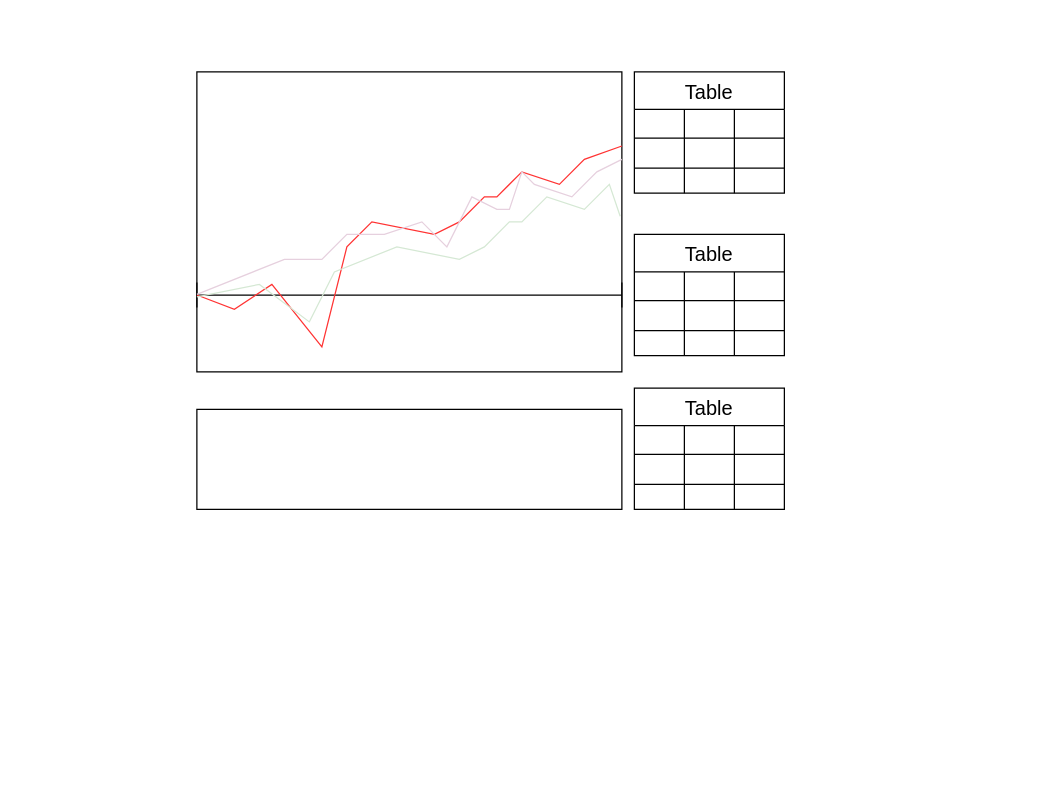
The draw.io diagram Portfolio Strategy.drawio in liye20000/Portfolio-Strategy, before the edit. Source tidied: cells renumbered, new cells numbered last; positions are measured from the earlier drawing's top-left corner, leaving out a move shared by most shapes. Both pictures are drawn from the tidied source at 125%, with x=0, y=0 at pixel (196, 71).
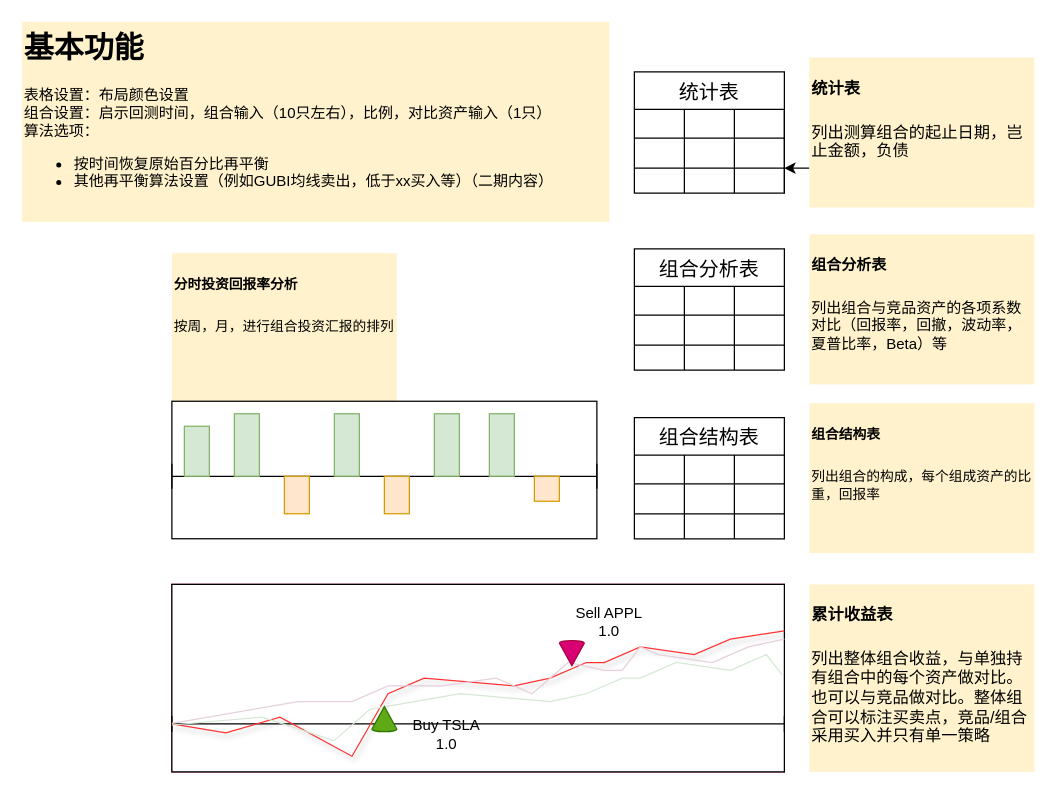
The same diagram, later.

Unchanged cells that the change refers to:
```xml
<mxCell id="11" style="shape=tableRow;horizontal=0;startSize=0;swimlaneHead=0;swimlaneBody=0;strokeColor=inherit;top=0;left=0;bottom=0;right=0;fillColor=none;fontSize=16;" parent="2" vertex="1">
  <mxGeometry y="77" width="120" height="20" as="geometry" />
</mxCell>
```

Diff of the diagram source:
```diff
@@
-    <mxCell id="2" value="Table" style="shape=table;startSize=30;childLayout=tableLayout;strokeColor=default;fontSize=16;" parent="1" vertex="1">
+    <mxCell id="2" value="统计表" style="shape=table;startSize=30;childLayout=tableLayout;strokeColor=default;fontSize=16;" parent="1" vertex="1">
       <mxGeometry x="350" width="120" height="97" as="geometry" />
     </mxCell>
@@
+    <mxCell id="47" style="shape=singleArrow;whiteSpace=wrap;html=1;arrowWidth=0.4;arrowSize=0.4;" parent="11" vertex="1">
+      <mxGeometry x="120" height="20" as="geometry" />
+    </mxCell>
-    <mxCell id="15" value="Table" style="shape=table;startSize=30;childLayout=tableLayout;strokeColor=default;fontSize=16;" parent="1" vertex="1">
-      <mxGeometry x="350" y="253" width="120" height="97" as="geometry" />
+    <mxCell id="15" value="组合结构表" style="shape=table;startSize=30;childLayout=tableLayout;strokeColor=default;fontSize=16;" parent="1" vertex="1">
+      <mxGeometry x="350" y="276.5" width="120" height="97" as="geometry" />
     </mxCell>
@@
-    <mxCell id="28" value="Table" style="shape=table;startSize=30;childLayout=tableLayout;strokeColor=default;fontSize=16;" parent="1" vertex="1">
-      <mxGeometry x="350" y="130" width="120" height="97" as="geometry" />
+    <mxCell id="28" value="组合分析表" style="shape=table;startSize=30;childLayout=tableLayout;strokeColor=default;fontSize=16;" parent="1" vertex="1">
+      <mxGeometry x="350" y="141.5" width="120" height="97" as="geometry" />
     </mxCell>
@@
+    <mxCell id="48" style="edgeStyle=orthogonalEdgeStyle;rounded=0;jettySize=auto;html=1;" parent="1" edge="1" source="49" target="47">
+      <mxGeometry relative="1" as="geometry" />
+    </mxCell>
+    <mxCell id="49" value="&lt;h1 style=&quot;margin-top: 0px;&quot;&gt;&lt;font style=&quot;font-size: 13px;&quot;&gt;统计表&lt;/font&gt;&lt;/h1&gt;&lt;div&gt;&lt;font style=&quot;font-size: 13px;&quot;&gt;列出测算组合的起止日期，岂止金额，负债&lt;/font&gt;&lt;/div&gt;" style="text;html=1;whiteSpace=wrap;overflow=hidden;rounded=0;fillColor=#fff2cc;strokeColor=none;" parent="1" vertex="1">
+      <mxGeometry x="490" y="-11.5" width="180" height="120" as="geometry" />
+    </mxCell>
+    <mxCell id="50" value="&lt;h1 style=&quot;margin-top: 0px;&quot;&gt;&lt;font style=&quot;font-size: 12px;&quot;&gt;组合分析表&lt;/font&gt;&lt;/h1&gt;&lt;div&gt;&lt;font&gt;列出组合与竞品资产的各项系数对比（回报率，回撤，波动率，夏普比率，Beta）等&lt;/font&gt;&lt;/div&gt;" style="text;html=1;whiteSpace=wrap;overflow=hidden;rounded=0;fillColor=#fff2cc;strokeColor=none;" parent="1" vertex="1">
+      <mxGeometry x="490" y="130" width="180" height="120" as="geometry" />
+    </mxCell>
+    <mxCell id="51" value="&lt;h1 style=&quot;margin-top: 0px;&quot;&gt;&lt;font style=&quot;font-size: 11px;&quot;&gt;组合结构表&lt;/font&gt;&lt;/h1&gt;&lt;div&gt;&lt;font style=&quot;font-size: 11px;&quot;&gt;列出组合的构成，每个组成资产的比重，回报率&lt;/font&gt;&lt;/div&gt;" style="text;html=1;whiteSpace=wrap;overflow=hidden;rounded=0;fillColor=#fff2cc;strokeColor=none;" parent="1" vertex="1">
+      <mxGeometry x="490" y="265" width="180" height="120" as="geometry" />
+    </mxCell>
+    <mxCell id="52" value="&lt;h1 style=&quot;margin-top: 0px;&quot;&gt;&lt;font style=&quot;font-size: 11px;&quot;&gt;分时投资回报率分析&lt;/font&gt;&lt;/h1&gt;&lt;div&gt;&lt;font style=&quot;font-size: 11px;&quot;&gt;按周，月，进行组合投资汇报的排列&lt;/font&gt;&lt;/div&gt;" style="text;html=1;whiteSpace=wrap;overflow=hidden;rounded=0;fillColor=#fff2cc;strokeColor=none;" parent="1" vertex="1">
+      <mxGeometry x="-20" y="145" width="180" height="120" as="geometry" />
+    </mxCell>
+    <mxCell id="53" value="&lt;h1 style=&quot;margin-top: 0px;&quot;&gt;&lt;span style=&quot;font-size: 13px;&quot;&gt;累计收益表&lt;/span&gt;&lt;/h1&gt;&lt;div&gt;&lt;font style=&quot;font-size: 13px;&quot;&gt;列出整体组合收益，与单独持有组合中的每个资产做对比。也可以与竞品做对比。整体组合可以标注买卖点，竞品/组合采用买入并只有单一策略&lt;/font&gt;&lt;/div&gt;&lt;div&gt;&lt;font style=&quot;font-size: 13px;&quot;&gt;&lt;br&gt;&lt;/font&gt;&lt;/div&gt;" style="text;html=1;whiteSpace=wrap;overflow=hidden;rounded=0;fillColor=#fff2cc;strokeColor=none;" parent="1" vertex="1">
+      <mxGeometry x="490" y="410" width="180" height="150" as="geometry" />
+    </mxCell>
+    <mxCell id="54" style="group;" parent="1" vertex="1">
+      <mxGeometry x="-20" y="263.5" width="340" height="110" as="geometry" />
+    </mxCell>
-    <mxCell id="41" style="rounded=0;whiteSpace=wrap;html=1;" parent="1" vertex="1">
-      <mxGeometry y="270" width="340" height="80" as="geometry" />
+    <mxCell id="41" style="rounded=0;whiteSpace=wrap;html=1;" parent="54" vertex="1">
+      <mxGeometry width="340" height="110" as="geometry" />
     </mxCell>
+    <mxCell id="55" style="shape=crossbar;whiteSpace=wrap;html=1;rounded=1;shadow=0;" parent="54" vertex="1">
+      <mxGeometry y="50" width="340" height="20" as="geometry" />
+    </mxCell>
+    <mxCell id="56" style="rounded=0;whiteSpace=wrap;html=1;fillColor=#d5e8d4;strokeColor=#82b366;" parent="54" vertex="1">
+      <mxGeometry x="10" y="20" width="20" height="40" as="geometry" />
+    </mxCell>
+    <mxCell id="57" style="rounded=0;whiteSpace=wrap;html=1;fillColor=#d5e8d4;strokeColor=#82b366;" parent="54" vertex="1">
+      <mxGeometry x="50" y="10" width="20" height="50" as="geometry" />
+    </mxCell>
+    <mxCell id="58" style="rounded=0;whiteSpace=wrap;html=1;fillColor=#ffe6cc;strokeColor=#d79b00;" parent="54" vertex="1">
+      <mxGeometry x="90" y="60" width="20" height="30" as="geometry" />
+    </mxCell>
+    <mxCell id="59" style="rounded=0;whiteSpace=wrap;html=1;fillColor=#d5e8d4;strokeColor=#82b366;" parent="54" vertex="1">
+      <mxGeometry x="130" y="10" width="20" height="50" as="geometry" />
+    </mxCell>
+    <mxCell id="60" style="rounded=0;whiteSpace=wrap;html=1;fillColor=#ffe6cc;strokeColor=#d79b00;" parent="54" vertex="1">
+      <mxGeometry x="170" y="60" width="20" height="30" as="geometry" />
+    </mxCell>
+    <mxCell id="61" style="rounded=0;whiteSpace=wrap;html=1;fillColor=#d5e8d4;strokeColor=#82b366;" parent="54" vertex="1">
+      <mxGeometry x="210" y="10" width="20" height="50" as="geometry" />
+    </mxCell>
+    <mxCell id="62" style="rounded=0;whiteSpace=wrap;html=1;fillColor=#d5e8d4;strokeColor=#82b366;" parent="54" vertex="1">
+      <mxGeometry x="254" y="10" width="20" height="50" as="geometry" />
+    </mxCell>
+    <mxCell id="63" style="rounded=0;whiteSpace=wrap;html=1;fillColor=#ffe6cc;strokeColor=#d79b00;" parent="54" vertex="1">
+      <mxGeometry x="290" y="60" width="20" height="20" as="geometry" />
+    </mxCell>
+    <mxCell id="64" style="group;fillColor=#d80073;fontColor=#ffffff;strokeColor=#A50040;" parent="1" vertex="1">
+      <mxGeometry x="-20" y="410" width="490" height="150" as="geometry" />
+    </mxCell>
-    <mxCell id="42" style="rounded=0;whiteSpace=wrap;html=1;" parent="1" vertex="1">
-      <mxGeometry width="340" height="240" as="geometry" />
+    <mxCell id="42" style="rounded=0;whiteSpace=wrap;html=1;" parent="64" vertex="1">
+      <mxGeometry width="490" height="150" as="geometry" />
     </mxCell>
-    <mxCell id="43" style="shape=crossbar;whiteSpace=wrap;html=1;rounded=1;" parent="1" vertex="1">
-      <mxGeometry y="168.5" width="340" height="20" as="geometry" />
+    <mxCell id="43" style="shape=crossbar;whiteSpace=wrap;html=1;rounded=1;" parent="64" vertex="1">
+      <mxGeometry y="105.3" width="490" height="12.5" as="geometry" />
     </mxCell>
-    <mxCell id="44" style="endArrow=none;html=1;rounded=0;exitX=0;exitY=0.5;exitDx=0;exitDy=0;exitPerimeter=0;strokeColor=#FF3333;" parent="1" edge="1" source="43" target="42">
+    <mxCell id="44" style="endArrow=none;html=1;rounded=0;exitX=0;exitY=0.5;exitDx=0;exitDy=0;exitPerimeter=0;strokeColor=#FF3333;shadow=1;" parent="64" edge="1" source="43" target="42">
       <mxGeometry relative="1" as="geometry">
         <Array as="points">
-          <mxPoint x="30" y="190" />
-          <mxPoint x="60" y="170" />
-          <mxPoint x="100" y="220" />
-          <mxPoint x="120" y="140" />
-          <mxPoint x="140" y="120" />
-          <mxPoint x="190" y="130" />
-          <mxPoint x="210" y="120" />
-          <mxPoint x="230" y="100" />
-          <mxPoint x="240" y="100" />
-          <mxPoint x="260" y="80" />
-          <mxPoint x="290" y="90" />
-          <mxPoint x="310" y="70" />
+          <mxPoint x="43.2" y="118.7" />
+          <mxPoint x="86.5" y="106.2" />
+          <mxPoint x="144.1" y="137.5" />
+          <mxPoint x="172.9" y="87.5" />
+          <mxPoint x="201.8" y="75" />
+          <mxPoint x="273.8" y="81.2" />
+          <mxPoint x="302.6" y="75" />
+          <mxPoint x="331.5" y="62.5" />
+          <mxPoint x="345.9" y="62.5" />
+          <mxPoint x="374.7" y="50" />
+          <mxPoint x="417.9" y="56.2" />
+          <mxPoint x="446.8" y="43.8" />
         </Array>
       </mxGeometry>
     </mxCell>
-    <mxCell id="45" style="endArrow=none;html=1;rounded=0;strokeColor=#E6D0DE;" parent="1" edge="1">
+    <mxCell id="45" style="endArrow=none;html=1;rounded=0;strokeColor=#E6D0DE;" parent="64" edge="1">
       <mxGeometry relative="1" as="geometry">
-        <mxPoint y="178" as="sourcePoint" />
-        <mxPoint x="340" y="70" as="targetPoint" />
+        <mxPoint y="111.2" as="sourcePoint" />
+        <mxPoint x="490" y="43.8" as="targetPoint" />
         <Array as="points">
-          <mxPoint x="70" y="150" />
-          <mxPoint x="100" y="150" />
-          <mxPoint x="120" y="130" />
-          <mxPoint x="150" y="130" />
-          <mxPoint x="180" y="120" />
-          <mxPoint x="200" y="140" />
-          <mxPoint x="220" y="100" />
-          <mxPoint x="240" y="110" />
-          <mxPoint x="250" y="110" />
-          <mxPoint x="260" y="80" />
-          <mxPoint x="270" y="90" />
-          <mxPoint x="300" y="100" />
-          <mxPoint x="320" y="80" />
+          <mxPoint x="100.9" y="93.8" />
+          <mxPoint x="144.1" y="93.8" />
+          <mxPoint x="172.9" y="81.2" />
+          <mxPoint x="216.2" y="81.2" />
+          <mxPoint x="259.4" y="75" />
+          <mxPoint x="288.2" y="87.5" />
+          <mxPoint x="317.1" y="62.5" />
+          <mxPoint x="345.9" y="68.8" />
+          <mxPoint x="360.3" y="68.8" />
+          <mxPoint x="374.7" y="50" />
+          <mxPoint x="389.1" y="56.2" />
+          <mxPoint x="432.4" y="62.5" />
+          <mxPoint x="461.2" y="50" />
         </Array>
       </mxGeometry>
     </mxCell>
-    <mxCell id="46" style="endArrow=none;html=1;rounded=0;strokeColor=#D5E8D4;entryX=0.996;entryY=0.481;entryDx=0;entryDy=0;entryPerimeter=0;" parent="1" edge="1" target="42">
+    <mxCell id="46" style="endArrow=none;html=1;rounded=0;strokeColor=#D5E8D4;entryX=0.996;entryY=0.481;entryDx=0;entryDy=0;entryPerimeter=0;" parent="64" edge="1" target="42">
       <mxGeometry relative="1" as="geometry">
-        <mxPoint y="180" as="sourcePoint" />
+        <mxPoint y="112.5" as="sourcePoint" />
         <Array as="points">
-          <mxPoint x="50" y="170" />
-          <mxPoint x="90" y="200" />
-          <mxPoint x="110" y="160" />
-          <mxPoint x="160" y="140" />
-          <mxPoint x="210" y="150" />
-          <mxPoint x="230" y="140" />
-          <mxPoint x="250" y="120" />
-          <mxPoint x="260" y="120" />
-          <mxPoint x="280" y="100" />
-          <mxPoint x="310" y="110" />
-          <mxPoint x="330" y="90" />
+          <mxPoint x="72.1" y="106.2" />
+          <mxPoint x="129.7" y="125" />
+          <mxPoint x="158.5" y="100" />
+          <mxPoint x="230.6" y="87.5" />
+          <mxPoint x="302.6" y="93.8" />
+          <mxPoint x="331.5" y="87.5" />
+          <mxPoint x="360.3" y="75" />
+          <mxPoint x="374.7" y="75" />
+          <mxPoint x="403.5" y="62.5" />
+          <mxPoint x="446.8" y="68.8" />
+          <mxPoint x="475.6" y="56.2" />
         </Array>
       </mxGeometry>
     </mxCell>
+    <mxCell id="65" style="verticalLabelPosition=bottom;verticalAlign=top;html=1;shape=mxgraph.basic.cone2;dx=0.5;dy=0.9;rotation=-180;fillColor=#d80073;fontColor=#ffffff;strokeColor=#A50040;" parent="64" vertex="1">
+      <mxGeometry x="310" y="45" width="20" height="20" as="geometry" />
+    </mxCell>
+    <mxCell id="66" style="verticalLabelPosition=bottom;verticalAlign=top;html=1;shape=mxgraph.basic.cone2;dx=0.5;dy=0.9;fillColor=#60a917;strokeColor=#2D7600;fontColor=#ffffff;" parent="64" vertex="1">
+      <mxGeometry x="160" y="97.8" width="20" height="20" as="geometry" />
+    </mxCell>
+    <mxCell id="67" value="Buy TSLA 1.0" style="text;html=1;align=center;verticalAlign=middle;whiteSpace=wrap;rounded=0;" parent="64" vertex="1">
+      <mxGeometry x="190" y="105.3" width="60" height="30" as="geometry" />
+    </mxCell>
+    <mxCell id="68" value="Sell APPL 1.0" style="text;html=1;align=center;verticalAlign=middle;whiteSpace=wrap;rounded=0;" parent="64" vertex="1">
+      <mxGeometry x="320" y="15" width="60" height="30" as="geometry" />
+    </mxCell>
+    <mxCell id="69" value="&lt;h1 style=&quot;margin-top: 0px;&quot;&gt;基本功能&lt;/h1&gt;&lt;p&gt;&lt;span style=&quot;background-color: transparent; color: light-dark(rgb(0, 0, 0), rgb(255, 255, 255));&quot;&gt;表格设置：&lt;/span&gt;&lt;span style=&quot;background-color: transparent; color: light-dark(rgb(0, 0, 0), rgb(255, 255, 255));&quot;&gt;布局颜色设置&lt;/span&gt;&lt;br&gt;&lt;span style=&quot;background-color: transparent; color: light-dark(rgb(0, 0, 0), rgb(255, 255, 255));&quot;&gt;组合设置：&lt;/span&gt;&lt;span style=&quot;background-color: transparent; color: light-dark(rgb(0, 0, 0), rgb(255, 255, 255));&quot;&gt;启示回测时间，&lt;/span&gt;&lt;span style=&quot;background-color: transparent; color: light-dark(rgb(0, 0, 0), rgb(255, 255, 255));&quot;&gt;组合输入（10只左右），比例，&lt;/span&gt;&lt;span style=&quot;background-color: transparent; color: light-dark(rgb(0, 0, 0), rgb(255, 255, 255));&quot;&gt;对比资产输入（1只）&lt;/span&gt;&lt;br&gt;&lt;span style=&quot;background-color: transparent; color: light-dark(rgb(0, 0, 0), rgb(255, 255, 255));&quot;&gt;算法选项：&lt;/span&gt;&lt;br&gt;&lt;/p&gt;&lt;ul&gt;&lt;li&gt;&lt;span style=&quot;background-color: transparent; color: light-dark(rgb(0, 0, 0), rgb(255, 255, 255));&quot;&gt;按时间恢复原始百分比再平衡&lt;/span&gt;&lt;/li&gt;&lt;li&gt;&lt;span style=&quot;background-color: transparent; color: light-dark(rgb(0, 0, 0), rgb(255, 255, 255));&quot;&gt;其他再平衡算法设置（例如GUBI均线卖出，低于xx买入等）（二期内容）&lt;/span&gt;&lt;/li&gt;&lt;/ul&gt;&lt;p&gt;&lt;/p&gt;&lt;p&gt;&lt;br&gt;&lt;/p&gt;&lt;p&gt;&lt;br&gt;&lt;/p&gt;" style="text;html=1;whiteSpace=wrap;overflow=hidden;rounded=0;fillColor=#fff2cc;strokeColor=none;" parent="1" vertex="1">
+      <mxGeometry x="-140" y="-40" width="470" height="160" as="geometry" />
+    </mxCell>
```
